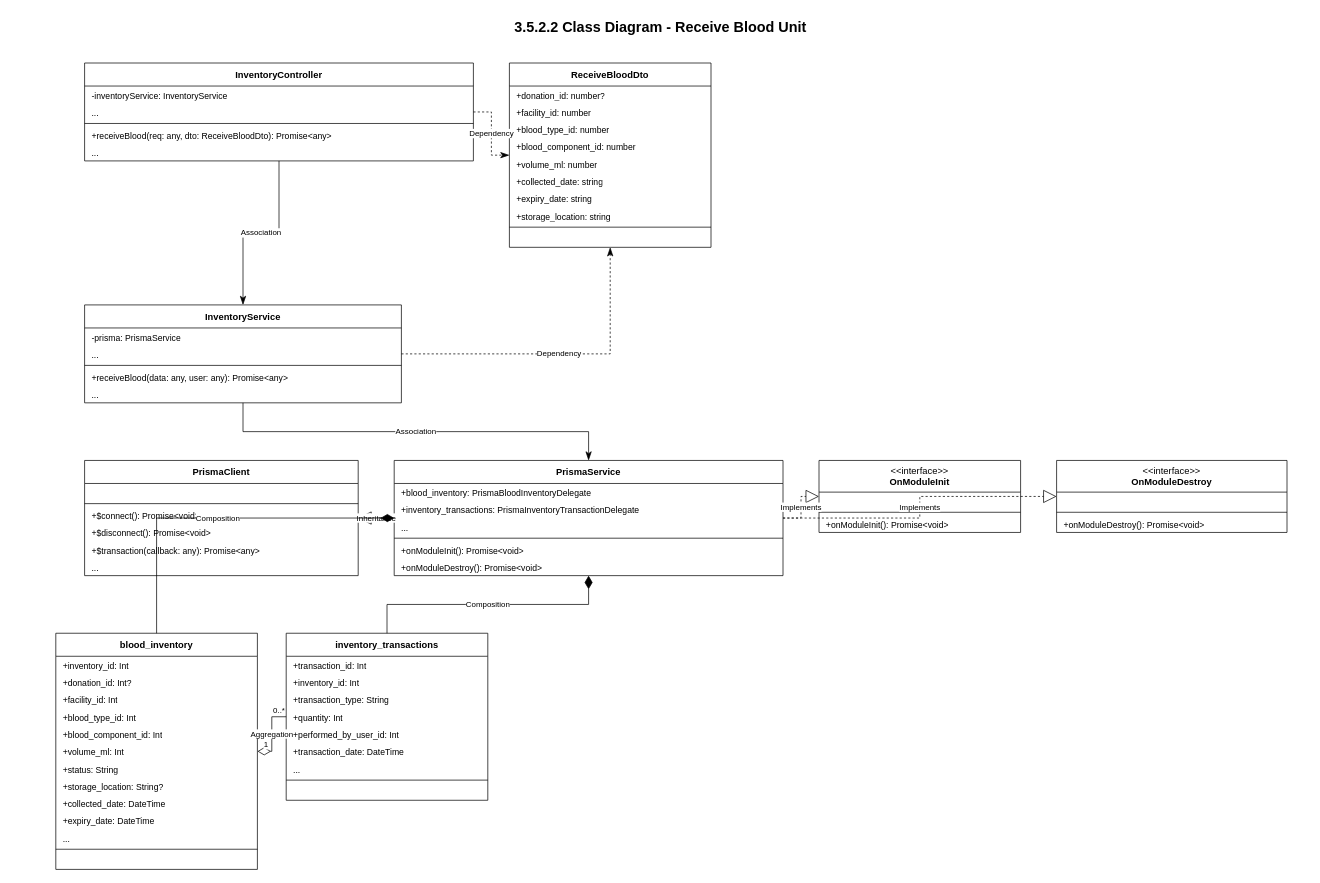
This is page "Receive Blood Unit" (3 of 6) of inventory_all_class_diagrams.drawio from CuongBC195/class-diagram-donation-blood, a draw.io file, before an edit. Source tidied: cells renumbered, new cells numbered last; positions are measured from the earlier drawing's top-left corner, leaving out a move shared by most shapes. Both pictures are drawn from the tidied source at 72%, with x=0, y=0 at pixel (12, 12).
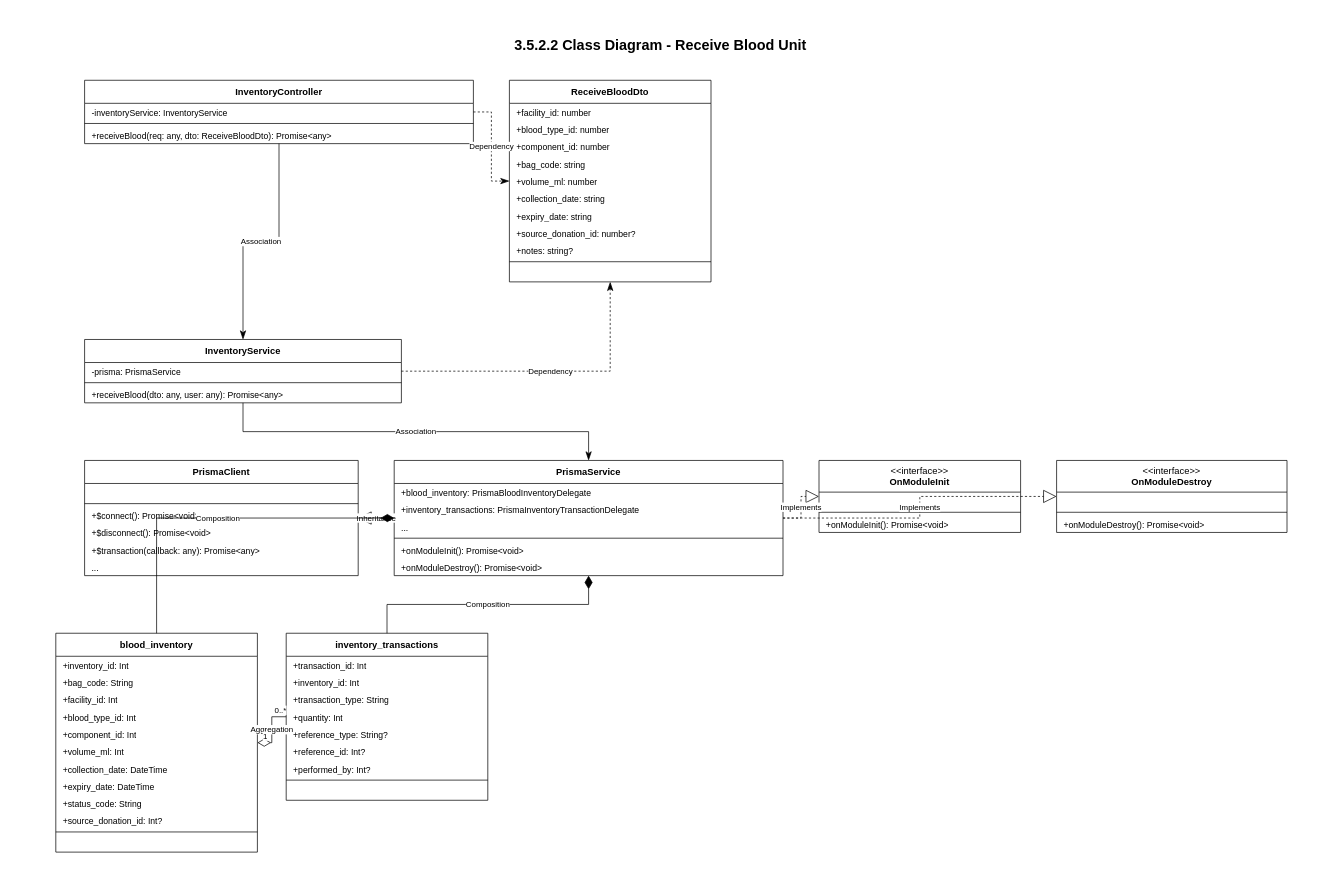
The same page after the edit.

Commit message (it also covers changes not shown here):
fix(diagrams): audit Module 3.5 Blood Inventory (6 tabs) 100% matched with code & schema

The change refers to these unchanged cells:
```xml
<mxCell id="62" value="&lt;b&gt;inventory_transactions&lt;/b&gt;" style="swimlane;fontStyle=0;horizontal=1;startSize=32;whiteSpace=wrap;html=1;fillColor=#ffffff;strokeColor=#000000;swimlaneFillColor=#ffffff;fontColor=#000000;fontFamily=Arial;fontSize=13;" parent="1" vertex="1">
  <mxGeometry x="380" y="862" width="280" height="232" as="geometry" />
</mxCell>
```

The edit, as a diff of the source:
```diff
@@
     <mxCell id="2" value="3.5.2.2 Class Diagram - Receive Blood Unit" style="text;html=1;strokeColor=none;fillColor=none;align=center;verticalAlign=middle;whiteSpace=wrap;rounded=0;fontFamily=Arial;fontSize=20;fontStyle=1;fontColor=#000000;" parent="1" vertex="1">
-      <mxGeometry width="1800" height="40" as="geometry" />
+      <mxGeometry y="24" width="1800" height="40" as="geometry" />
     </mxCell>
     <mxCell id="3" value="&lt;b&gt;InventoryController&lt;/b&gt;" style="swimlane;fontStyle=0;horizontal=1;startSize=32;whiteSpace=wrap;html=1;fillColor=#ffffff;strokeColor=#000000;swimlaneFillColor=#ffffff;fontColor=#000000;fontFamily=Arial;fontSize=13;" parent="1" vertex="1">
-      <mxGeometry x="100" y="70" width="540" height="136" as="geometry" />
+      <mxGeometry x="100" y="94" width="540" height="88" as="geometry" />
     </mxCell>
@@
-    <mxCell id="5" value="..." style="text;strokeColor=none;fillColor=none;align=left;verticalAlign=top;spacingLeft=8;spacingRight=8;overflow=hidden;whiteSpace=wrap;html=1;fontFamily=Arial;fontSize=12;fontColor=#000000;" parent="3" vertex="1">
-      <mxGeometry y="56" width="540" height="24" as="geometry" />
-    </mxCell>
     <mxCell id="6" style="line;strokeWidth=1;fillColor=none;strokeColor=#000000;align=left;verticalAlign=middle;" parent="3" vertex="1">
-      <mxGeometry y="80" width="540" height="8" as="geometry" />
+      <mxGeometry y="56" width="540" height="8" as="geometry" />
     </mxCell>
     <mxCell id="7" value="+receiveBlood(req: any, dto: ReceiveBloodDto): Promise&amp;lt;any&amp;gt;" style="text;strokeColor=none;fillColor=none;align=left;verticalAlign=top;spacingLeft=8;spacingRight=8;overflow=hidden;whiteSpace=wrap;html=1;fontFamily=Arial;fontSize=12;fontColor=#000000;" parent="3" vertex="1">
-      <mxGeometry y="88" width="540" height="24" as="geometry" />
+      <mxGeometry y="64" width="540" height="24" as="geometry" />
     </mxCell>
-    <mxCell id="8" value="..." style="text;strokeColor=none;fillColor=none;align=left;verticalAlign=top;spacingLeft=8;spacingRight=8;overflow=hidden;whiteSpace=wrap;html=1;fontFamily=Arial;fontSize=12;fontColor=#000000;" parent="3" vertex="1">
-      <mxGeometry y="112" width="540" height="24" as="geometry" />
-    </mxCell>
     <mxCell id="9" value="&lt;b&gt;ReceiveBloodDto&lt;/b&gt;" style="swimlane;fontStyle=0;horizontal=1;startSize=32;whiteSpace=wrap;html=1;fillColor=#ffffff;strokeColor=#000000;swimlaneFillColor=#ffffff;fontColor=#000000;fontFamily=Arial;fontSize=13;" parent="1" vertex="1">
-      <mxGeometry x="690" y="70" width="280" height="256" as="geometry" />
+      <mxGeometry x="690" y="94" width="280" height="280" as="geometry" />
     </mxCell>
-    <mxCell id="10" value="+donation_id: number?" style="text;strokeColor=none;fillColor=none;align=left;verticalAlign=top;spacingLeft=8;spacingRight=8;overflow=hidden;whiteSpace=wrap;html=1;fontFamily=Arial;fontSize=12;fontColor=#000000;" parent="9" vertex="1">
+    <mxCell id="10" value="+facility_id: number" style="text;strokeColor=none;fillColor=none;align=left;verticalAlign=top;spacingLeft=8;spacingRight=8;overflow=hidden;whiteSpace=wrap;html=1;fontFamily=Arial;fontSize=12;fontColor=#000000;" parent="9" vertex="1">
       <mxGeometry y="32" width="280" height="24" as="geometry" />
     </mxCell>
-    <mxCell id="11" value="+facility_id: number" style="text;strokeColor=none;fillColor=none;align=left;verticalAlign=top;spacingLeft=8;spacingRight=8;overflow=hidden;whiteSpace=wrap;html=1;fontFamily=Arial;fontSize=12;fontColor=#000000;" parent="9" vertex="1">
+    <mxCell id="11" value="+blood_type_id: number" style="text;strokeColor=none;fillColor=none;align=left;verticalAlign=top;spacingLeft=8;spacingRight=8;overflow=hidden;whiteSpace=wrap;html=1;fontFamily=Arial;fontSize=12;fontColor=#000000;" parent="9" vertex="1">
       <mxGeometry y="56" width="280" height="24" as="geometry" />
     </mxCell>
-    <mxCell id="12" value="+blood_type_id: number" style="text;strokeColor=none;fillColor=none;align=left;verticalAlign=top;spacingLeft=8;spacingRight=8;overflow=hidden;whiteSpace=wrap;html=1;fontFamily=Arial;fontSize=12;fontColor=#000000;" parent="9" vertex="1">
+    <mxCell id="12" value="+component_id: number" style="text;strokeColor=none;fillColor=none;align=left;verticalAlign=top;spacingLeft=8;spacingRight=8;overflow=hidden;whiteSpace=wrap;html=1;fontFamily=Arial;fontSize=12;fontColor=#000000;" parent="9" vertex="1">
       <mxGeometry y="80" width="280" height="24" as="geometry" />
     </mxCell>
-    <mxCell id="13" value="+blood_component_id: number" style="text;strokeColor=none;fillColor=none;align=left;verticalAlign=top;spacingLeft=8;spacingRight=8;overflow=hidden;whiteSpace=wrap;html=1;fontFamily=Arial;fontSize=12;fontColor=#000000;" parent="9" vertex="1">
+    <mxCell id="13" value="+bag_code: string" style="text;strokeColor=none;fillColor=none;align=left;verticalAlign=top;spacingLeft=8;spacingRight=8;overflow=hidden;whiteSpace=wrap;html=1;fontFamily=Arial;fontSize=12;fontColor=#000000;" parent="9" vertex="1">
       <mxGeometry y="104" width="280" height="24" as="geometry" />
     </mxCell>
@@
-    <mxCell id="15" value="+collected_date: string" style="text;strokeColor=none;fillColor=none;align=left;verticalAlign=top;spacingLeft=8;spacingRight=8;overflow=hidden;whiteSpace=wrap;html=1;fontFamily=Arial;fontSize=12;fontColor=#000000;" parent="9" vertex="1">
+    <mxCell id="15" value="+collection_date: string" style="text;strokeColor=none;fillColor=none;align=left;verticalAlign=top;spacingLeft=8;spacingRight=8;overflow=hidden;whiteSpace=wrap;html=1;fontFamily=Arial;fontSize=12;fontColor=#000000;" parent="9" vertex="1">
       <mxGeometry y="152" width="280" height="24" as="geometry" />
     </mxCell>
@@
-    <mxCell id="17" value="+storage_location: string" style="text;strokeColor=none;fillColor=none;align=left;verticalAlign=top;spacingLeft=8;spacingRight=8;overflow=hidden;whiteSpace=wrap;html=1;fontFamily=Arial;fontSize=12;fontColor=#000000;" parent="9" vertex="1">
+    <mxCell id="17" value="+source_donation_id: number?" style="text;strokeColor=none;fillColor=none;align=left;verticalAlign=top;spacingLeft=8;spacingRight=8;overflow=hidden;whiteSpace=wrap;html=1;fontFamily=Arial;fontSize=12;fontColor=#000000;" parent="9" vertex="1">
       <mxGeometry y="200" width="280" height="24" as="geometry" />
     </mxCell>
+    <mxCell id="84" value="+notes: string?" style="text;strokeColor=none;fillColor=none;align=left;verticalAlign=top;spacingLeft=8;spacingRight=8;overflow=hidden;whiteSpace=wrap;html=1;fontFamily=Arial;fontSize=12;fontColor=#000000;" parent="9" vertex="1">
+      <mxGeometry y="224" width="280" height="24" as="geometry" />
+    </mxCell>
     <mxCell id="18" style="line;strokeWidth=1;fillColor=none;strokeColor=#000000;align=left;verticalAlign=middle;" parent="9" vertex="1">
-      <mxGeometry y="224" width="280" height="8" as="geometry" />
+      <mxGeometry y="248" width="280" height="8" as="geometry" />
     </mxCell>
     <mxCell id="19" value=" " style="text;strokeColor=none;fillColor=none;align=left;verticalAlign=top;spacingLeft=8;spacingRight=8;overflow=hidden;whiteSpace=wrap;html=1;fontFamily=Arial;fontSize=12;fontColor=#000000;" parent="9" vertex="1">
-      <mxGeometry y="232" width="280" height="24" as="geometry" />
+      <mxGeometry y="256" width="280" height="24" as="geometry" />
     </mxCell>
     <mxCell id="20" value="&lt;b&gt;InventoryService&lt;/b&gt;" style="swimlane;fontStyle=0;horizontal=1;startSize=32;whiteSpace=wrap;html=1;fillColor=#ffffff;strokeColor=#000000;swimlaneFillColor=#ffffff;fontColor=#000000;fontFamily=Arial;fontSize=13;" parent="1" vertex="1">
-      <mxGeometry x="100" y="406" width="440" height="136" as="geometry" />
+      <mxGeometry x="100" y="454" width="440" height="88" as="geometry" />
     </mxCell>
@@
-    <mxCell id="22" value="..." style="text;strokeColor=none;fillColor=none;align=left;verticalAlign=top;spacingLeft=8;spacingRight=8;overflow=hidden;whiteSpace=wrap;html=1;fontFamily=Arial;fontSize=12;fontColor=#000000;" parent="20" vertex="1">
-      <mxGeometry y="56" width="440" height="24" as="geometry" />
-    </mxCell>
     <mxCell id="23" style="line;strokeWidth=1;fillColor=none;strokeColor=#000000;align=left;verticalAlign=middle;" parent="20" vertex="1">
-      <mxGeometry y="80" width="440" height="8" as="geometry" />
+      <mxGeometry y="56" width="440" height="8" as="geometry" />
     </mxCell>
-    <mxCell id="24" value="+receiveBlood(data: any, user: any): Promise&amp;lt;any&amp;gt;" style="text;strokeColor=none;fillColor=none;align=left;verticalAlign=top;spacingLeft=8;spacingRight=8;overflow=hidden;whiteSpace=wrap;html=1;fontFamily=Arial;fontSize=12;fontColor=#000000;" parent="20" vertex="1">
-      <mxGeometry y="88" width="440" height="24" as="geometry" />
+    <mxCell id="24" value="+receiveBlood(dto: any, user: any): Promise&amp;lt;any&amp;gt;" style="text;strokeColor=none;fillColor=none;align=left;verticalAlign=top;spacingLeft=8;spacingRight=8;overflow=hidden;whiteSpace=wrap;html=1;fontFamily=Arial;fontSize=12;fontColor=#000000;" parent="20" vertex="1">
+      <mxGeometry y="64" width="440" height="24" as="geometry" />
     </mxCell>
-    <mxCell id="25" value="..." style="text;strokeColor=none;fillColor=none;align=left;verticalAlign=top;spacingLeft=8;spacingRight=8;overflow=hidden;whiteSpace=wrap;html=1;fontFamily=Arial;fontSize=12;fontColor=#000000;" parent="20" vertex="1">
-      <mxGeometry y="112" width="440" height="24" as="geometry" />
-    </mxCell>
@@
     <mxCell id="48" value="&lt;b&gt;blood_inventory&lt;/b&gt;" style="swimlane;fontStyle=0;horizontal=1;startSize=32;whiteSpace=wrap;html=1;fillColor=#ffffff;strokeColor=#000000;swimlaneFillColor=#ffffff;fontColor=#000000;fontFamily=Arial;fontSize=13;" parent="1" vertex="1">
-      <mxGeometry x="60" y="862" width="280" height="328" as="geometry" />
+      <mxGeometry x="60" y="862" width="280" height="304" as="geometry" />
     </mxCell>
@@
-    <mxCell id="50" value="+donation_id: Int?" style="text;strokeColor=none;fillColor=none;align=left;verticalAlign=top;spacingLeft=8;spacingRight=8;overflow=hidden;whiteSpace=wrap;html=1;fontFamily=Arial;fontSize=12;fontColor=#000000;" parent="48" vertex="1">
+    <mxCell id="50" value="+bag_code: String" style="text;strokeColor=none;fillColor=none;align=left;verticalAlign=top;spacingLeft=8;spacingRight=8;overflow=hidden;whiteSpace=wrap;html=1;fontFamily=Arial;fontSize=12;fontColor=#000000;" parent="48" vertex="1">
       <mxGeometry y="56" width="280" height="24" as="geometry" />
     </mxCell>
@@
-    <mxCell id="53" value="+blood_component_id: Int" style="text;strokeColor=none;fillColor=none;align=left;verticalAlign=top;spacingLeft=8;spacingRight=8;overflow=hidden;whiteSpace=wrap;html=1;fontFamily=Arial;fontSize=12;fontColor=#000000;" parent="48" vertex="1">
+    <mxCell id="53" value="+component_id: Int" style="text;strokeColor=none;fillColor=none;align=left;verticalAlign=top;spacingLeft=8;spacingRight=8;overflow=hidden;whiteSpace=wrap;html=1;fontFamily=Arial;fontSize=12;fontColor=#000000;" parent="48" vertex="1">
       <mxGeometry y="128" width="280" height="24" as="geometry" />
     </mxCell>
@@
-    <mxCell id="55" value="+status: String" style="text;strokeColor=none;fillColor=none;align=left;verticalAlign=top;spacingLeft=8;spacingRight=8;overflow=hidden;whiteSpace=wrap;html=1;fontFamily=Arial;fontSize=12;fontColor=#000000;" parent="48" vertex="1">
+    <mxCell id="55" value="+collection_date: DateTime" style="text;strokeColor=none;fillColor=none;align=left;verticalAlign=top;spacingLeft=8;spacingRight=8;overflow=hidden;whiteSpace=wrap;html=1;fontFamily=Arial;fontSize=12;fontColor=#000000;" parent="48" vertex="1">
       <mxGeometry y="176" width="280" height="24" as="geometry" />
     </mxCell>
-    <mxCell id="56" value="+storage_location: String?" style="text;strokeColor=none;fillColor=none;align=left;verticalAlign=top;spacingLeft=8;spacingRight=8;overflow=hidden;whiteSpace=wrap;html=1;fontFamily=Arial;fontSize=12;fontColor=#000000;" parent="48" vertex="1">
+    <mxCell id="56" value="+expiry_date: DateTime" style="text;strokeColor=none;fillColor=none;align=left;verticalAlign=top;spacingLeft=8;spacingRight=8;overflow=hidden;whiteSpace=wrap;html=1;fontFamily=Arial;fontSize=12;fontColor=#000000;" parent="48" vertex="1">
       <mxGeometry y="200" width="280" height="24" as="geometry" />
     </mxCell>
-    <mxCell id="57" value="+collected_date: DateTime" style="text;strokeColor=none;fillColor=none;align=left;verticalAlign=top;spacingLeft=8;spacingRight=8;overflow=hidden;whiteSpace=wrap;html=1;fontFamily=Arial;fontSize=12;fontColor=#000000;" parent="48" vertex="1">
+    <mxCell id="57" value="+status_code: String" style="text;strokeColor=none;fillColor=none;align=left;verticalAlign=top;spacingLeft=8;spacingRight=8;overflow=hidden;whiteSpace=wrap;html=1;fontFamily=Arial;fontSize=12;fontColor=#000000;" parent="48" vertex="1">
       <mxGeometry y="224" width="280" height="24" as="geometry" />
     </mxCell>
-    <mxCell id="58" value="+expiry_date: DateTime" style="text;strokeColor=none;fillColor=none;align=left;verticalAlign=top;spacingLeft=8;spacingRight=8;overflow=hidden;whiteSpace=wrap;html=1;fontFamily=Arial;fontSize=12;fontColor=#000000;" parent="48" vertex="1">
+    <mxCell id="58" value="+source_donation_id: Int?" style="text;strokeColor=none;fillColor=none;align=left;verticalAlign=top;spacingLeft=8;spacingRight=8;overflow=hidden;whiteSpace=wrap;html=1;fontFamily=Arial;fontSize=12;fontColor=#000000;" parent="48" vertex="1">
       <mxGeometry y="248" width="280" height="24" as="geometry" />
     </mxCell>
-    <mxCell id="59" value="..." style="text;strokeColor=none;fillColor=none;align=left;verticalAlign=top;spacingLeft=8;spacingRight=8;overflow=hidden;whiteSpace=wrap;html=1;fontFamily=Arial;fontSize=12;fontColor=#000000;" parent="48" vertex="1">
-      <mxGeometry y="272" width="280" height="24" as="geometry" />
-    </mxCell>
     <mxCell id="60" style="line;strokeWidth=1;fillColor=none;strokeColor=#000000;align=left;verticalAlign=middle;" parent="48" vertex="1">
-      <mxGeometry y="296" width="280" height="8" as="geometry" />
+      <mxGeometry y="272" width="280" height="8" as="geometry" />
     </mxCell>
     <mxCell id="61" value=" " style="text;strokeColor=none;fillColor=none;align=left;verticalAlign=top;spacingLeft=8;spacingRight=8;overflow=hidden;whiteSpace=wrap;html=1;fontFamily=Arial;fontSize=12;fontColor=#000000;" parent="48" vertex="1">
-      <mxGeometry y="304" width="280" height="24" as="geometry" />
+      <mxGeometry y="280" width="280" height="24" as="geometry" />
     </mxCell>
@@
-    <mxCell id="67" value="+performed_by_user_id: Int" style="text;strokeColor=none;fillColor=none;align=left;verticalAlign=top;spacingLeft=8;spacingRight=8;overflow=hidden;whiteSpace=wrap;html=1;fontFamily=Arial;fontSize=12;fontColor=#000000;" parent="62" vertex="1">
+    <mxCell id="67" value="+reference_type: String?" style="text;strokeColor=none;fillColor=none;align=left;verticalAlign=top;spacingLeft=8;spacingRight=8;overflow=hidden;whiteSpace=wrap;html=1;fontFamily=Arial;fontSize=12;fontColor=#000000;" parent="62" vertex="1">
       <mxGeometry y="128" width="280" height="24" as="geometry" />
     </mxCell>
-    <mxCell id="68" value="+transaction_date: DateTime" style="text;strokeColor=none;fillColor=none;align=left;verticalAlign=top;spacingLeft=8;spacingRight=8;overflow=hidden;whiteSpace=wrap;html=1;fontFamily=Arial;fontSize=12;fontColor=#000000;" parent="62" vertex="1">
+    <mxCell id="68" value="+reference_id: Int?" style="text;strokeColor=none;fillColor=none;align=left;verticalAlign=top;spacingLeft=8;spacingRight=8;overflow=hidden;whiteSpace=wrap;html=1;fontFamily=Arial;fontSize=12;fontColor=#000000;" parent="62" vertex="1">
       <mxGeometry y="152" width="280" height="24" as="geometry" />
     </mxCell>
-    <mxCell id="69" value="..." style="text;strokeColor=none;fillColor=none;align=left;verticalAlign=top;spacingLeft=8;spacingRight=8;overflow=hidden;whiteSpace=wrap;html=1;fontFamily=Arial;fontSize=12;fontColor=#000000;" parent="62" vertex="1">
+    <mxCell id="69" value="+performed_by: Int?" style="text;strokeColor=none;fillColor=none;align=left;verticalAlign=top;spacingLeft=8;spacingRight=8;overflow=hidden;whiteSpace=wrap;html=1;fontFamily=Arial;fontSize=12;fontColor=#000000;" parent="62" vertex="1">
       <mxGeometry y="176" width="280" height="24" as="geometry" />
     </mxCell>
```
